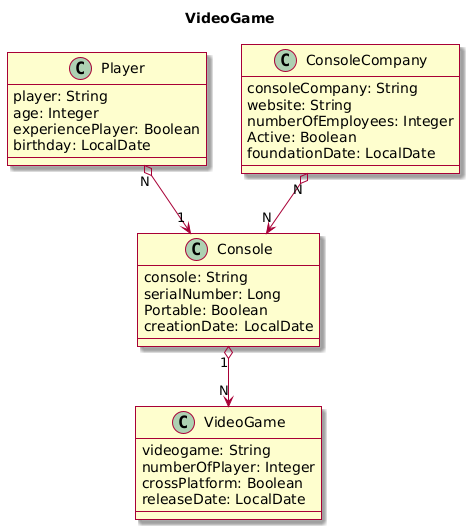
miw-upm/apaw-practice keeps this PlantUML diagram as docs/videogame.models.png. Above is the earlier version.
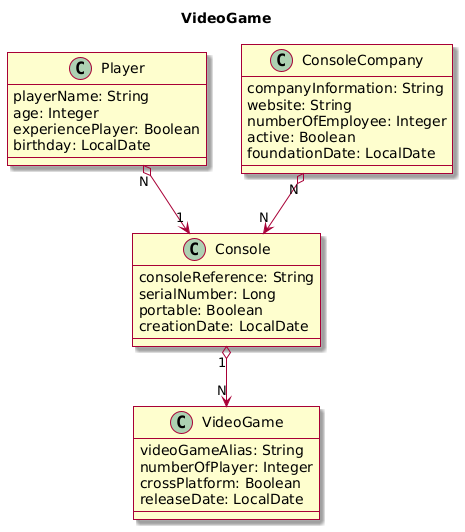
Above is the later version.

Commit message:
Fixed classes and UML #826

Change to the diagram source:
```diff
@@ -3,31 +3,31 @@
 title VideoGame
 
 class Player{
-player: String
+playerName: String
 age: Integer
 experiencePlayer: Boolean
 birthday: LocalDate
 }
 
 class Console{
-console: String
+consoleReference: String
 serialNumber: Long
-Portable: Boolean
+portable: Boolean
 creationDate: LocalDate
 }
 
 class VideoGame{
-videogame: String
+videoGameAlias: String
 numberOfPlayer: Integer
 crossPlatform: Boolean
 releaseDate: LocalDate
 }
 
 class ConsoleCompany{
-consoleCompany: String
+companyInformation: String
 website: String
-numberOfEmployees: Integer
-Active: Boolean
+numberOfEmployee: Integer
+active: Boolean
 foundationDate: LocalDate
 }
 
```
